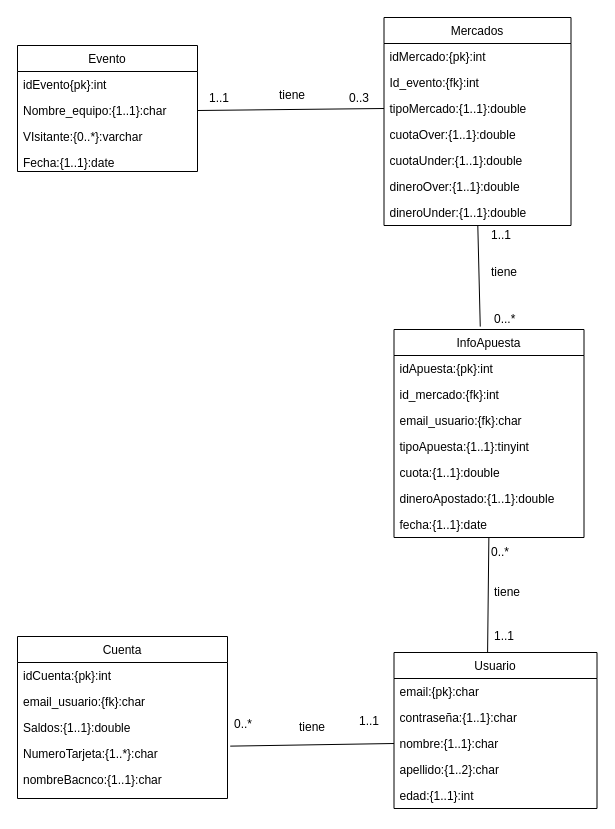
The draw.io diagram Modelos/PlaceMyBet.drawio in lw37/PlaceMyBet2, before the edit. Source tidied: cells renumbered, new cells numbered last; positions are measured from the earlier drawing's top-left corner, leaving out a move shared by most shapes. Both pictures are drawn from the tidied source at 100%, with x=0, y=0 at pixel (17, 17).
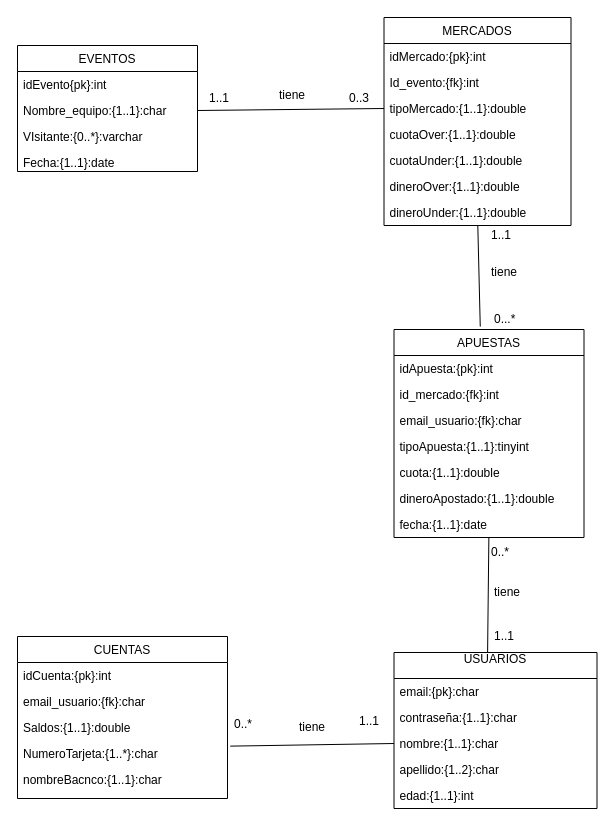
After the change.

Commit message (it also covers changes not shown here):
He mejorado los diseños

What changed in the source:
```diff
@@
-    <mxCell id="2" value="Evento" style="swimlane;fontStyle=0;horizontal=1;startSize=26;fillColor=none;" parent="1" vertex="1">
+    <mxCell id="2" value="EVENTOS" style="swimlane;fontStyle=0;horizontal=1;startSize=26;fillColor=none;" parent="1" vertex="1">
       <mxGeometry y="28" width="180" height="126" as="geometry" />
     </mxCell>
@@
-    <mxCell id="7" value="Mercados" style="swimlane;fontStyle=0;horizontal=1;startSize=26;fillColor=none;" parent="1" vertex="1">
+    <mxCell id="7" value="MERCADOS" style="swimlane;fontStyle=0;horizontal=1;startSize=26;fillColor=none;" parent="1" vertex="1">
       <mxGeometry x="366.5" width="187" height="208" as="geometry" />
     </mxCell>
@@
-    <mxCell id="19" value="Usuario" style="swimlane;fontStyle=0;horizontal=1;startSize=26;fillColor=none;" parent="1" vertex="1">
+    <mxCell id="19" value="USUARIOS&#10;" style="swimlane;fontStyle=0;horizontal=1;startSize=26;fillColor=none;" parent="1" vertex="1">
       <mxGeometry x="376.5" y="635" width="203" height="156" as="geometry" />
     </mxCell>
@@
-    <mxCell id="29" value="InfoApuesta" style="swimlane;fontStyle=0;horizontal=1;startSize=26;fillColor=none;" parent="1" vertex="1">
+    <mxCell id="29" value="APUESTAS" style="swimlane;fontStyle=0;horizontal=1;startSize=26;fillColor=none;" parent="1" vertex="1">
       <mxGeometry x="376.5" y="312" width="190" height="208" as="geometry" />
     </mxCell>
@@
-    <mxCell id="41" value="Cuenta" style="swimlane;fontStyle=0;horizontal=1;startSize=26;fillColor=none;" parent="1" vertex="1">
+    <mxCell id="41" value="CUENTAS" style="swimlane;fontStyle=0;horizontal=1;startSize=26;fillColor=none;" parent="1" vertex="1">
       <mxGeometry y="619" width="210" height="162" as="geometry" />
     </mxCell>
```
